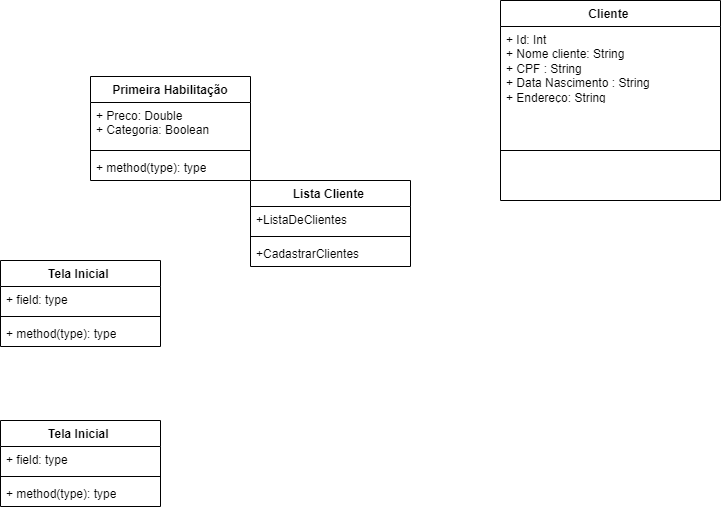
The draw.io diagram UC'S MATERIAIS/PI/Diagrama sem nome.drawio.png in HumbertoJ-r/Senac, before a commit. Source tidied: cells renumbered, new cells last; positions are measured from the earlier drawing's top-left corner, leaving out a move shared by most shapes. Source of this version:
```xml
<mxGraphModel>
  <root>
    <mxCell id="0" />
    <mxCell id="1" parent="0" />
    <mxCell id="2" value="Primeira Habilitação&lt;br&gt;" style="swimlane;fontStyle=1;align=center;verticalAlign=top;horizontal=1;startSize=26;whiteSpace=wrap;html=1;" parent="1" vertex="1">
      <mxGeometry x="90" y="76" width="160" height="104" as="geometry" />
    </mxCell>
    <mxCell id="3" value="+ Preco: Double&lt;br&gt;+ Categoria: Boolean&amp;nbsp;" style="text;strokeColor=none;fillColor=none;align=left;verticalAlign=top;spacingLeft=4;spacingRight=4;overflow=hidden;whiteSpace=wrap;html=1;" parent="2" vertex="1">
      <mxGeometry y="26" width="160" height="44" as="geometry" />
    </mxCell>
    <mxCell id="4" style="line;strokeWidth=1;fillColor=none;align=left;verticalAlign=middle;spacingTop=-1;spacingLeft=3;spacingRight=3;labelPosition=right;strokeColor=inherit;" parent="2" vertex="1">
      <mxGeometry y="70" width="160" height="8" as="geometry" />
    </mxCell>
    <mxCell id="5" value="+ method(type): type" style="text;strokeColor=none;fillColor=none;align=left;verticalAlign=top;spacingLeft=4;spacingRight=4;overflow=hidden;whiteSpace=wrap;html=1;" parent="2" vertex="1">
      <mxGeometry y="78" width="160" height="26" as="geometry" />
    </mxCell>
    <mxCell id="6" value="Cliente&amp;nbsp;" style="swimlane;fontStyle=1;align=center;verticalAlign=top;horizontal=1;startSize=26;whiteSpace=wrap;html=1;" parent="1" vertex="1">
      <mxGeometry x="500" width="220" height="200" as="geometry" />
    </mxCell>
    <mxCell id="7" value="+ Id: Int&lt;br&gt;+ Nome cliente: String&lt;br&gt;+ CPF : String&lt;br&gt;+ Data Nascimento : String&lt;br&gt;+ Endereço: String" style="text;strokeColor=none;fillColor=none;align=left;verticalAlign=top;spacingLeft=4;spacingRight=4;overflow=hidden;whiteSpace=wrap;html=1;" parent="6" vertex="1">
      <mxGeometry y="26" width="220" height="74" as="geometry" />
    </mxCell>
    <mxCell id="8" style="line;strokeWidth=1;fillColor=none;align=left;verticalAlign=middle;spacingTop=-1;spacingLeft=3;spacingRight=3;labelPosition=right;strokeColor=inherit;" parent="6" vertex="1">
      <mxGeometry y="100" width="220" height="100" as="geometry" />
    </mxCell>
    <mxCell id="9" value="Tela Inicial&amp;nbsp;&lt;br&gt;" style="swimlane;fontStyle=1;align=center;verticalAlign=top;horizontal=1;startSize=26;whiteSpace=wrap;html=1;" parent="1" vertex="1">
      <mxGeometry y="260" width="160" height="86" as="geometry" />
    </mxCell>
    <mxCell id="10" value="+ field: type" style="text;strokeColor=none;fillColor=none;align=left;verticalAlign=top;spacingLeft=4;spacingRight=4;overflow=hidden;whiteSpace=wrap;html=1;" parent="9" vertex="1">
      <mxGeometry y="26" width="160" height="26" as="geometry" />
    </mxCell>
    <mxCell id="11" style="line;strokeWidth=1;fillColor=none;align=left;verticalAlign=middle;spacingTop=-1;spacingLeft=3;spacingRight=3;labelPosition=right;strokeColor=inherit;" parent="9" vertex="1">
      <mxGeometry y="52" width="160" height="8" as="geometry" />
    </mxCell>
    <mxCell id="12" value="+ method(type): type" style="text;strokeColor=none;fillColor=none;align=left;verticalAlign=top;spacingLeft=4;spacingRight=4;overflow=hidden;whiteSpace=wrap;html=1;" parent="9" vertex="1">
      <mxGeometry y="60" width="160" height="26" as="geometry" />
    </mxCell>
    <mxCell id="13" value="Lista Cliente&amp;nbsp;&lt;br&gt;" style="swimlane;fontStyle=1;align=center;verticalAlign=top;horizontal=1;startSize=26;whiteSpace=wrap;html=1;" parent="1" vertex="1">
      <mxGeometry x="250" y="180" width="160" height="86" as="geometry" />
    </mxCell>
    <mxCell id="14" value="+ListaDeClientes" style="text;strokeColor=none;fillColor=none;align=left;verticalAlign=top;spacingLeft=4;spacingRight=4;overflow=hidden;whiteSpace=wrap;html=1;" parent="13" vertex="1">
      <mxGeometry y="26" width="160" height="26" as="geometry" />
    </mxCell>
    <mxCell id="15" style="line;strokeWidth=1;fillColor=none;align=left;verticalAlign=middle;spacingTop=-1;spacingLeft=3;spacingRight=3;labelPosition=right;strokeColor=inherit;" parent="13" vertex="1">
      <mxGeometry y="52" width="160" height="8" as="geometry" />
    </mxCell>
    <mxCell id="16" value="+CadastrarClientes" style="text;strokeColor=none;fillColor=none;align=left;verticalAlign=top;spacingLeft=4;spacingRight=4;overflow=hidden;whiteSpace=wrap;html=1;" parent="13" vertex="1">
      <mxGeometry y="60" width="160" height="26" as="geometry" />
    </mxCell>
    <mxCell id="17" value="Tela Inicial&amp;nbsp;&lt;br&gt;" style="swimlane;fontStyle=1;align=center;verticalAlign=top;horizontal=1;startSize=26;whiteSpace=wrap;html=1;" parent="1" vertex="1">
      <mxGeometry y="420" width="160" height="86" as="geometry" />
    </mxCell>
    <mxCell id="18" value="+ field: type" style="text;strokeColor=none;fillColor=none;align=left;verticalAlign=top;spacingLeft=4;spacingRight=4;overflow=hidden;whiteSpace=wrap;html=1;" parent="17" vertex="1">
      <mxGeometry y="26" width="160" height="26" as="geometry" />
    </mxCell>
    <mxCell id="19" style="line;strokeWidth=1;fillColor=none;align=left;verticalAlign=middle;spacingTop=-1;spacingLeft=3;spacingRight=3;labelPosition=right;strokeColor=inherit;" parent="17" vertex="1">
      <mxGeometry y="52" width="160" height="8" as="geometry" />
    </mxCell>
    <mxCell id="20" value="+ method(type): type" style="text;strokeColor=none;fillColor=none;align=left;verticalAlign=top;spacingLeft=4;spacingRight=4;overflow=hidden;whiteSpace=wrap;html=1;" parent="17" vertex="1">
      <mxGeometry y="60" width="160" height="26" as="geometry" />
    </mxCell>
  </root>
</mxGraphModel>
```
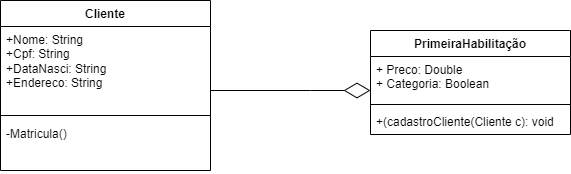
The same diagram one commit later.

The edit, as a diff of the source:
```diff
@@ -2,62 +2,38 @@
   <root>
     <mxCell id="0" />
     <mxCell id="1" parent="0" />
-    <mxCell id="2" value="Primeira Habilitação&lt;br&gt;" style="swimlane;fontStyle=1;align=center;verticalAlign=top;horizontal=1;startSize=26;whiteSpace=wrap;html=1;" parent="1" vertex="1">
-      <mxGeometry x="90" y="76" width="160" height="104" as="geometry" />
+    <mxCell id="2" value="PrimeiraHabilitação" style="swimlane;fontStyle=1;align=center;verticalAlign=top;horizontal=1;startSize=26;whiteSpace=wrap;html=1;" parent="1" vertex="1">
+      <mxGeometry x="500" y="-30" width="200" height="104" as="geometry" />
     </mxCell>
     <mxCell id="3" value="+ Preco: Double&lt;br&gt;+ Categoria: Boolean&amp;nbsp;" style="text;strokeColor=none;fillColor=none;align=left;verticalAlign=top;spacingLeft=4;spacingRight=4;overflow=hidden;whiteSpace=wrap;html=1;" parent="2" vertex="1">
-      <mxGeometry y="26" width="160" height="44" as="geometry" />
+      <mxGeometry y="26" width="200" height="44" as="geometry" />
     </mxCell>
     <mxCell id="4" style="line;strokeWidth=1;fillColor=none;align=left;verticalAlign=middle;spacingTop=-1;spacingLeft=3;spacingRight=3;labelPosition=right;strokeColor=inherit;" parent="2" vertex="1">
-      <mxGeometry y="70" width="160" height="8" as="geometry" />
+      <mxGeometry y="70" width="200" height="8" as="geometry" />
     </mxCell>
-    <mxCell id="5" value="+ method(type): type" style="text;strokeColor=none;fillColor=none;align=left;verticalAlign=top;spacingLeft=4;spacingRight=4;overflow=hidden;whiteSpace=wrap;html=1;" parent="2" vertex="1">
-      <mxGeometry y="78" width="160" height="26" as="geometry" />
+    <mxCell id="5" value="+(cadastroCliente(Cliente c): void" style="text;strokeColor=none;fillColor=none;align=left;verticalAlign=top;spacingLeft=4;spacingRight=4;overflow=hidden;whiteSpace=wrap;html=1;" parent="2" vertex="1">
+      <mxGeometry y="78" width="200" height="26" as="geometry" />
     </mxCell>
-    <mxCell id="6" value="Cliente&amp;nbsp;" style="swimlane;fontStyle=1;align=center;verticalAlign=top;horizontal=1;startSize=26;whiteSpace=wrap;html=1;" parent="1" vertex="1">
-      <mxGeometry x="500" width="220" height="200" as="geometry" />
+    <mxCell id="6" value="Cliente" style="swimlane;fontStyle=1;align=center;verticalAlign=top;horizontal=1;startSize=26;whiteSpace=wrap;html=1;" parent="1" vertex="1">
+      <mxGeometry x="130" y="-60" width="210" height="170" as="geometry" />
     </mxCell>
-    <mxCell id="7" value="+ Id: Int&lt;br&gt;+ Nome cliente: String&lt;br&gt;+ CPF : String&lt;br&gt;+ Data Nascimento : String&lt;br&gt;+ Endereço: String" style="text;strokeColor=none;fillColor=none;align=left;verticalAlign=top;spacingLeft=4;spacingRight=4;overflow=hidden;whiteSpace=wrap;html=1;" parent="6" vertex="1">
-      <mxGeometry y="26" width="220" height="74" as="geometry" />
-    </mxCell>
-    <mxCell id="8" style="line;strokeWidth=1;fillColor=none;align=left;verticalAlign=middle;spacingTop=-1;spacingLeft=3;spacingRight=3;labelPosition=right;strokeColor=inherit;" parent="6" vertex="1">
-      <mxGeometry y="100" width="220" height="100" as="geometry" />
-    </mxCell>
-    <mxCell id="9" value="Tela Inicial&amp;nbsp;&lt;br&gt;" style="swimlane;fontStyle=1;align=center;verticalAlign=top;horizontal=1;startSize=26;whiteSpace=wrap;html=1;" parent="1" vertex="1">
-      <mxGeometry y="260" width="160" height="86" as="geometry" />
-    </mxCell>
-    <mxCell id="10" value="+ field: type" style="text;strokeColor=none;fillColor=none;align=left;verticalAlign=top;spacingLeft=4;spacingRight=4;overflow=hidden;whiteSpace=wrap;html=1;" parent="9" vertex="1">
-      <mxGeometry y="26" width="160" height="26" as="geometry" />
-    </mxCell>
-    <mxCell id="11" style="line;strokeWidth=1;fillColor=none;align=left;verticalAlign=middle;spacingTop=-1;spacingLeft=3;spacingRight=3;labelPosition=right;strokeColor=inherit;" parent="9" vertex="1">
-      <mxGeometry y="52" width="160" height="8" as="geometry" />
-    </mxCell>
-    <mxCell id="12" value="+ method(type): type" style="text;strokeColor=none;fillColor=none;align=left;verticalAlign=top;spacingLeft=4;spacingRight=4;overflow=hidden;whiteSpace=wrap;html=1;" parent="9" vertex="1">
-      <mxGeometry y="60" width="160" height="26" as="geometry" />
-    </mxCell>
-    <mxCell id="13" value="Lista Cliente&amp;nbsp;&lt;br&gt;" style="swimlane;fontStyle=1;align=center;verticalAlign=top;horizontal=1;startSize=26;whiteSpace=wrap;html=1;" parent="1" vertex="1">
-      <mxGeometry x="250" y="180" width="160" height="86" as="geometry" />
-    </mxCell>
-    <mxCell id="14" value="+ListaDeClientes" style="text;strokeColor=none;fillColor=none;align=left;verticalAlign=top;spacingLeft=4;spacingRight=4;overflow=hidden;whiteSpace=wrap;html=1;" parent="13" vertex="1">
-      <mxGeometry y="26" width="160" height="26" as="geometry" />
-    </mxCell>
-    <mxCell id="15" style="line;strokeWidth=1;fillColor=none;align=left;verticalAlign=middle;spacingTop=-1;spacingLeft=3;spacingRight=3;labelPosition=right;strokeColor=inherit;" parent="13" vertex="1">
-      <mxGeometry y="52" width="160" height="8" as="geometry" />
-    </mxCell>
-    <mxCell id="16" value="+CadastrarClientes" style="text;strokeColor=none;fillColor=none;align=left;verticalAlign=top;spacingLeft=4;spacingRight=4;overflow=hidden;whiteSpace=wrap;html=1;" parent="13" vertex="1">
-      <mxGeometry y="60" width="160" height="26" as="geometry" />
-    </mxCell>
-    <mxCell id="17" value="Tela Inicial&amp;nbsp;&lt;br&gt;" style="swimlane;fontStyle=1;align=center;verticalAlign=top;horizontal=1;startSize=26;whiteSpace=wrap;html=1;" parent="1" vertex="1">
-      <mxGeometry y="420" width="160" height="86" as="geometry" />
-    </mxCell>
-    <mxCell id="18" value="+ field: type" style="text;strokeColor=none;fillColor=none;align=left;verticalAlign=top;spacingLeft=4;spacingRight=4;overflow=hidden;whiteSpace=wrap;html=1;" parent="17" vertex="1">
-      <mxGeometry y="26" width="160" height="26" as="geometry" />
-    </mxCell>
-    <mxCell id="19" style="line;strokeWidth=1;fillColor=none;align=left;verticalAlign=middle;spacingTop=-1;spacingLeft=3;spacingRight=3;labelPosition=right;strokeColor=inherit;" parent="17" vertex="1">
-      <mxGeometry y="52" width="160" height="8" as="geometry" />
-    </mxCell>
-    <mxCell id="20" value="+ method(type): type" style="text;strokeColor=none;fillColor=none;align=left;verticalAlign=top;spacingLeft=4;spacingRight=4;overflow=hidden;whiteSpace=wrap;html=1;" parent="17" vertex="1">
-      <mxGeometry y="60" width="160" height="26" as="geometry" />
-    </mxCell>
+    <mxCell id="21" value="+Nome: String&lt;br&gt;+Cpf: String&lt;br&gt;+DataNasci: String&lt;br&gt;+Endereco: String&lt;br&gt;" style="text;strokeColor=none;fillColor=none;align=left;verticalAlign=top;spacingLeft=4;spacingRight=4;overflow=hidden;whiteSpace=wrap;html=1;" parent="6" vertex="1">
+      <mxGeometry y="26" width="210" height="84" as="geometry" />
+    </mxCell>
+    <mxCell id="22" style="line;strokeWidth=1;fillColor=none;align=left;verticalAlign=middle;spacingTop=-1;spacingLeft=3;spacingRight=3;labelPosition=right;strokeColor=inherit;" parent="6" vertex="1">
+      <mxGeometry y="110" width="210" height="10" as="geometry" />
+    </mxCell>
+    <mxCell id="23" value="-Matricula()&lt;br&gt;&lt;br&gt;" style="text;strokeColor=none;fillColor=none;align=left;verticalAlign=top;spacingLeft=4;spacingRight=4;overflow=hidden;whiteSpace=wrap;html=1;" parent="6" vertex="1">
+      <mxGeometry y="120" width="210" height="50" as="geometry" />
+    </mxCell>
+    <mxCell id="24" style="endArrow=diamondThin;endFill=0;endSize=24;html=1;rounded=0;" parent="1" edge="1">
+      <mxGeometry relative="1" as="geometry">
+        <mxPoint x="340" y="30" as="sourcePoint" />
+        <mxPoint x="500" y="30" as="targetPoint" />
+        <Array as="points">
+          <mxPoint x="440" y="30" />
+        </Array>
+      </mxGeometry>
+    </mxCell>
   </root>
 </mxGraphModel>
```
